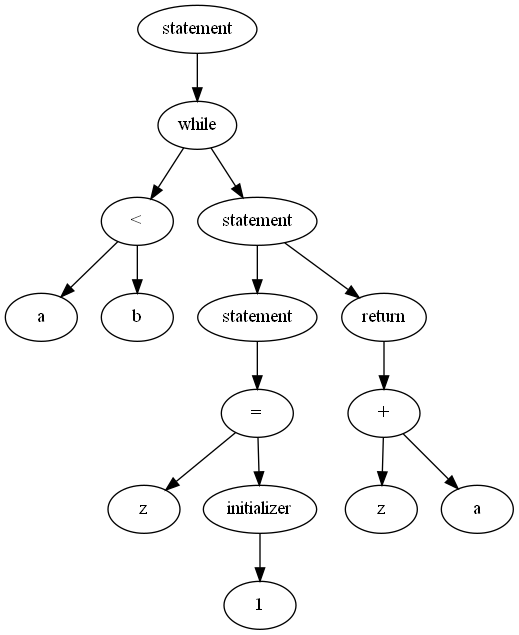
This is russkie_alga!/parse.png from matmuher/flip-flop, a Graphviz export, as it was before one commit. Its source is kept beside it as russkie_alga!/parse.dot.
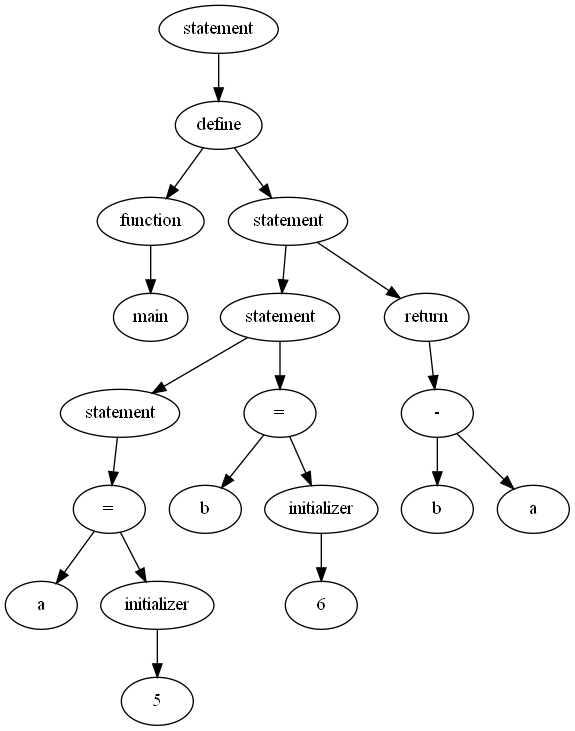
Later version of the same file.

What changed in the source:
```diff
@@ -1,31 +1,39 @@
 digraph G {
-A00752468 [label = "statement"];
-A00752468 -> A00756D88;
-A00756D88 [label = "while"];
-A00756D88 -> A00753560;
-A00756D88 -> A00753650;
-A00753560 [label = "<"];
-A00753560 -> A00752498;
-A00753560 -> A007524C0;
-A00752498 [label = "a"];
-A007524C0 [label = "b"];
-A00753650 [label = "statement"];
-A00753650 -> A00753578;
-A00753650 -> A00756C80;
-A00753578 [label = "statement"];
-A00753578 -> A00753628;
-A00753628 [label = "="];
-A00753628 -> A007535A8;
-A00753628 -> A007535F8;
-A007535A8 [label = "z"];
-A007535F8 [label = "initializer"];
-A007535F8 -> A007535D0;
-A007535D0 [label = "1"];
-A00756C80 [label = "return"];
-A00756C80 -> A007504C0;
-A007504C0 [label = "+"];
-A007504C0 -> A00753680;
-A007504C0 -> A007536A8;
-A00753680 [label = "z"];
-A007536A8 [label = "a"];
+A00BC2470 [label = "statement"];
+A00BC2470 -> A00BC6688;
+A00BC6688 [label = "define"];
+A00BC6688 -> A00BC6670;
+A00BC6688 -> A00BC04C0;
+A00BC6670 [label = "function"];
+A00BC6670 -> A00BC24A0;
+A00BC24A0 [label = "main"];
+A00BC04C0 [label = "statement"];
+A00BC04C0 -> A00BC3620;
+A00BC04C0 -> A00BC6730;
+A00BC3620 [label = "statement"];
+A00BC3620 -> A00BC24C8;
+A00BC3620 -> A00BC36D0;
+A00BC24C8 [label = "statement"];
+A00BC24C8 -> A00BC35F8;
+A00BC35F8 [label = "="];
+A00BC35F8 -> A00BC24F8;
+A00BC35F8 -> A00BC35C8;
+A00BC24F8 [label = "a"];
+A00BC35C8 [label = "initializer"];
+A00BC35C8 -> A00BC2520;
+A00BC2520 [label = "5"];
+A00BC36D0 [label = "="];
+A00BC36D0 -> A00BC3650;
+A00BC36D0 -> A00BC36A0;
+A00BC3650 [label = "b"];
+A00BC36A0 [label = "initializer"];
+A00BC36A0 -> A00BC3678;
+A00BC3678 [label = "6"];
+A00BC6730 [label = "return"];
+A00BC6730 -> A00BC66E8;
+A00BC66E8 [label = "-"];
+A00BC66E8 -> A00BC67D8;
+A00BC66E8 -> A00BC6700;
+A00BC67D8 [label = "b"];
+A00BC6700 [label = "a"];
 }
```
